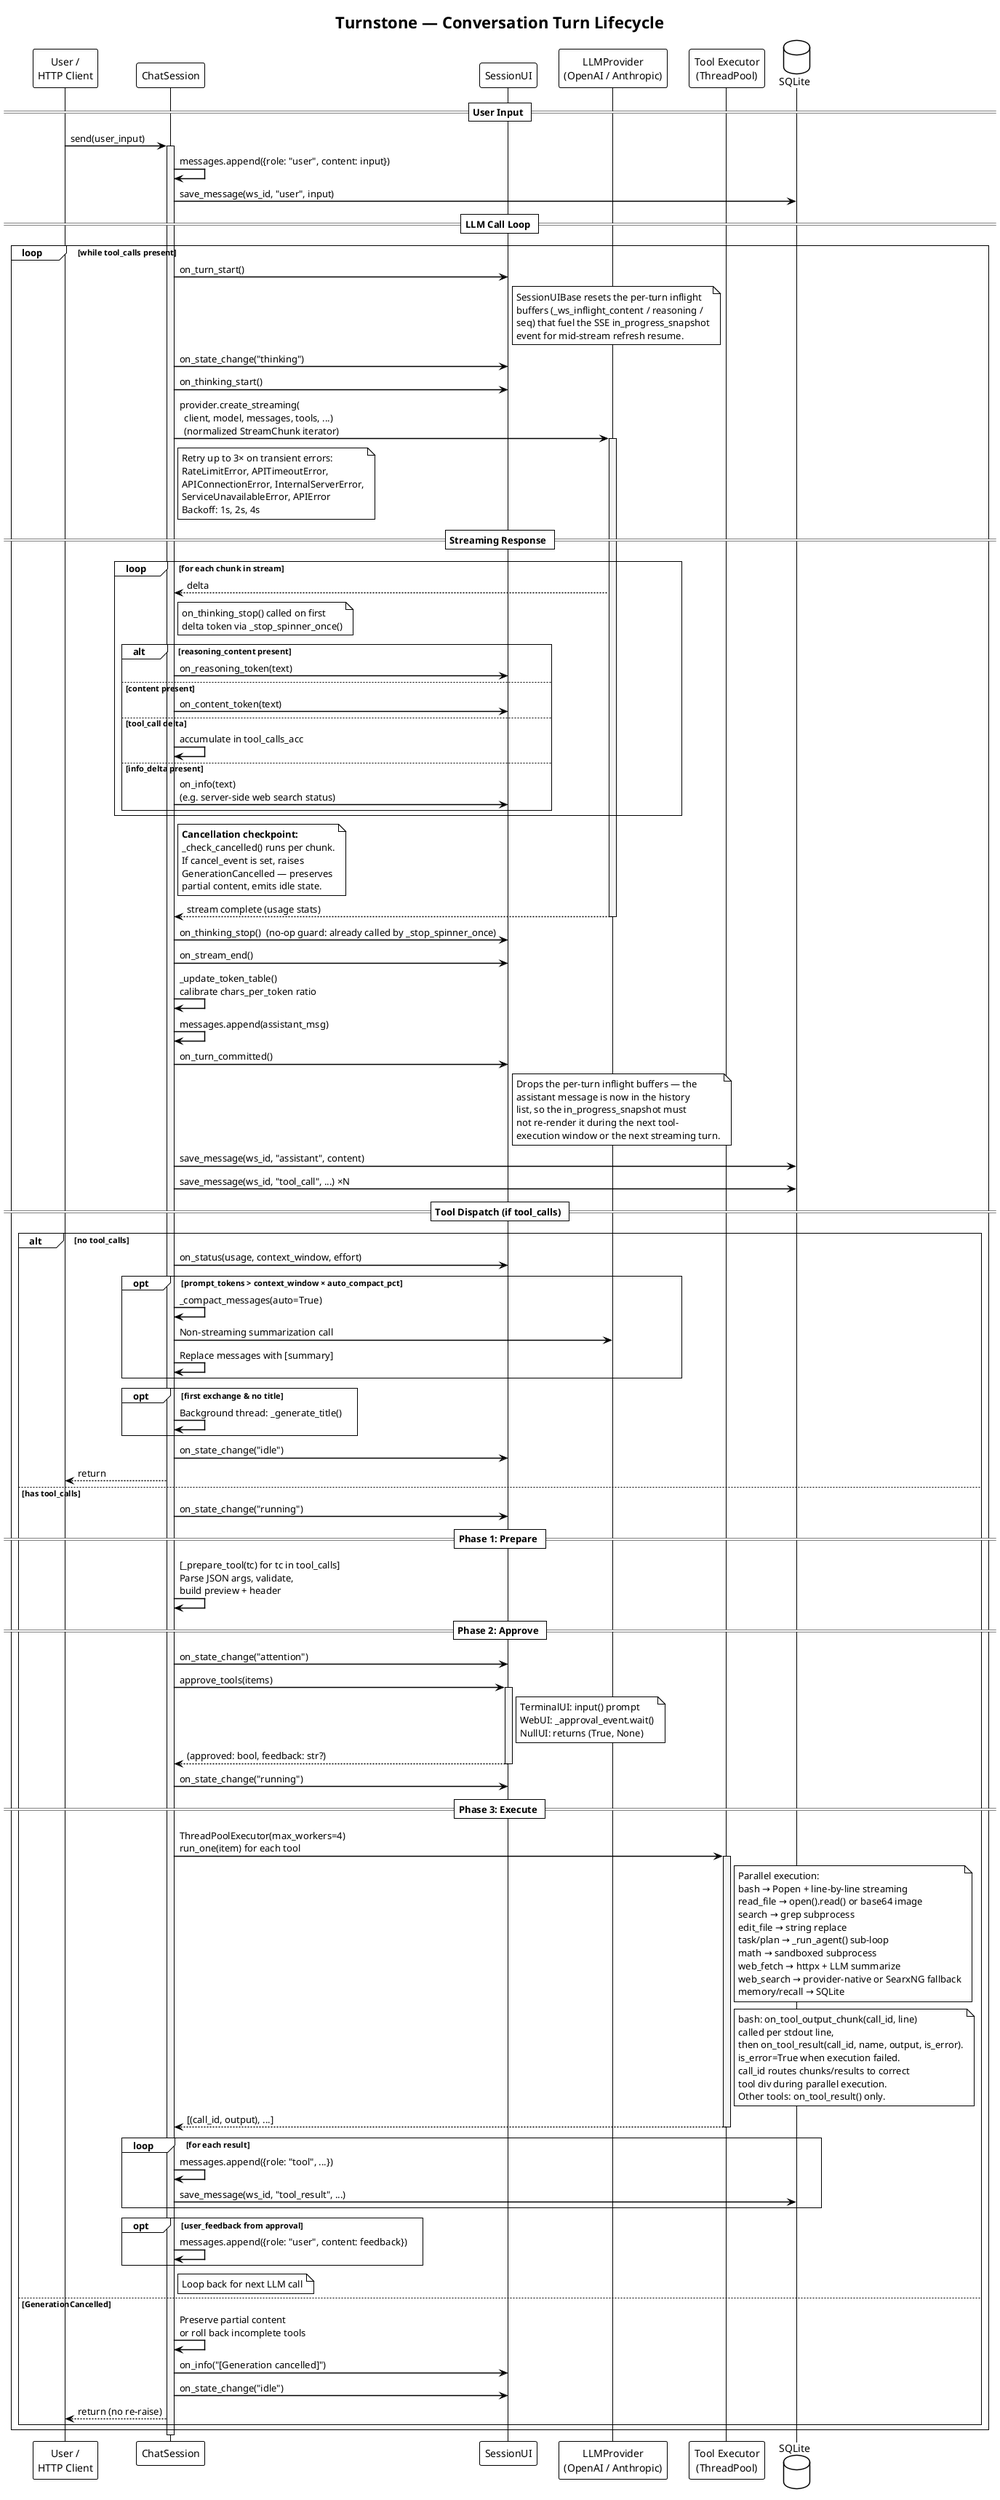
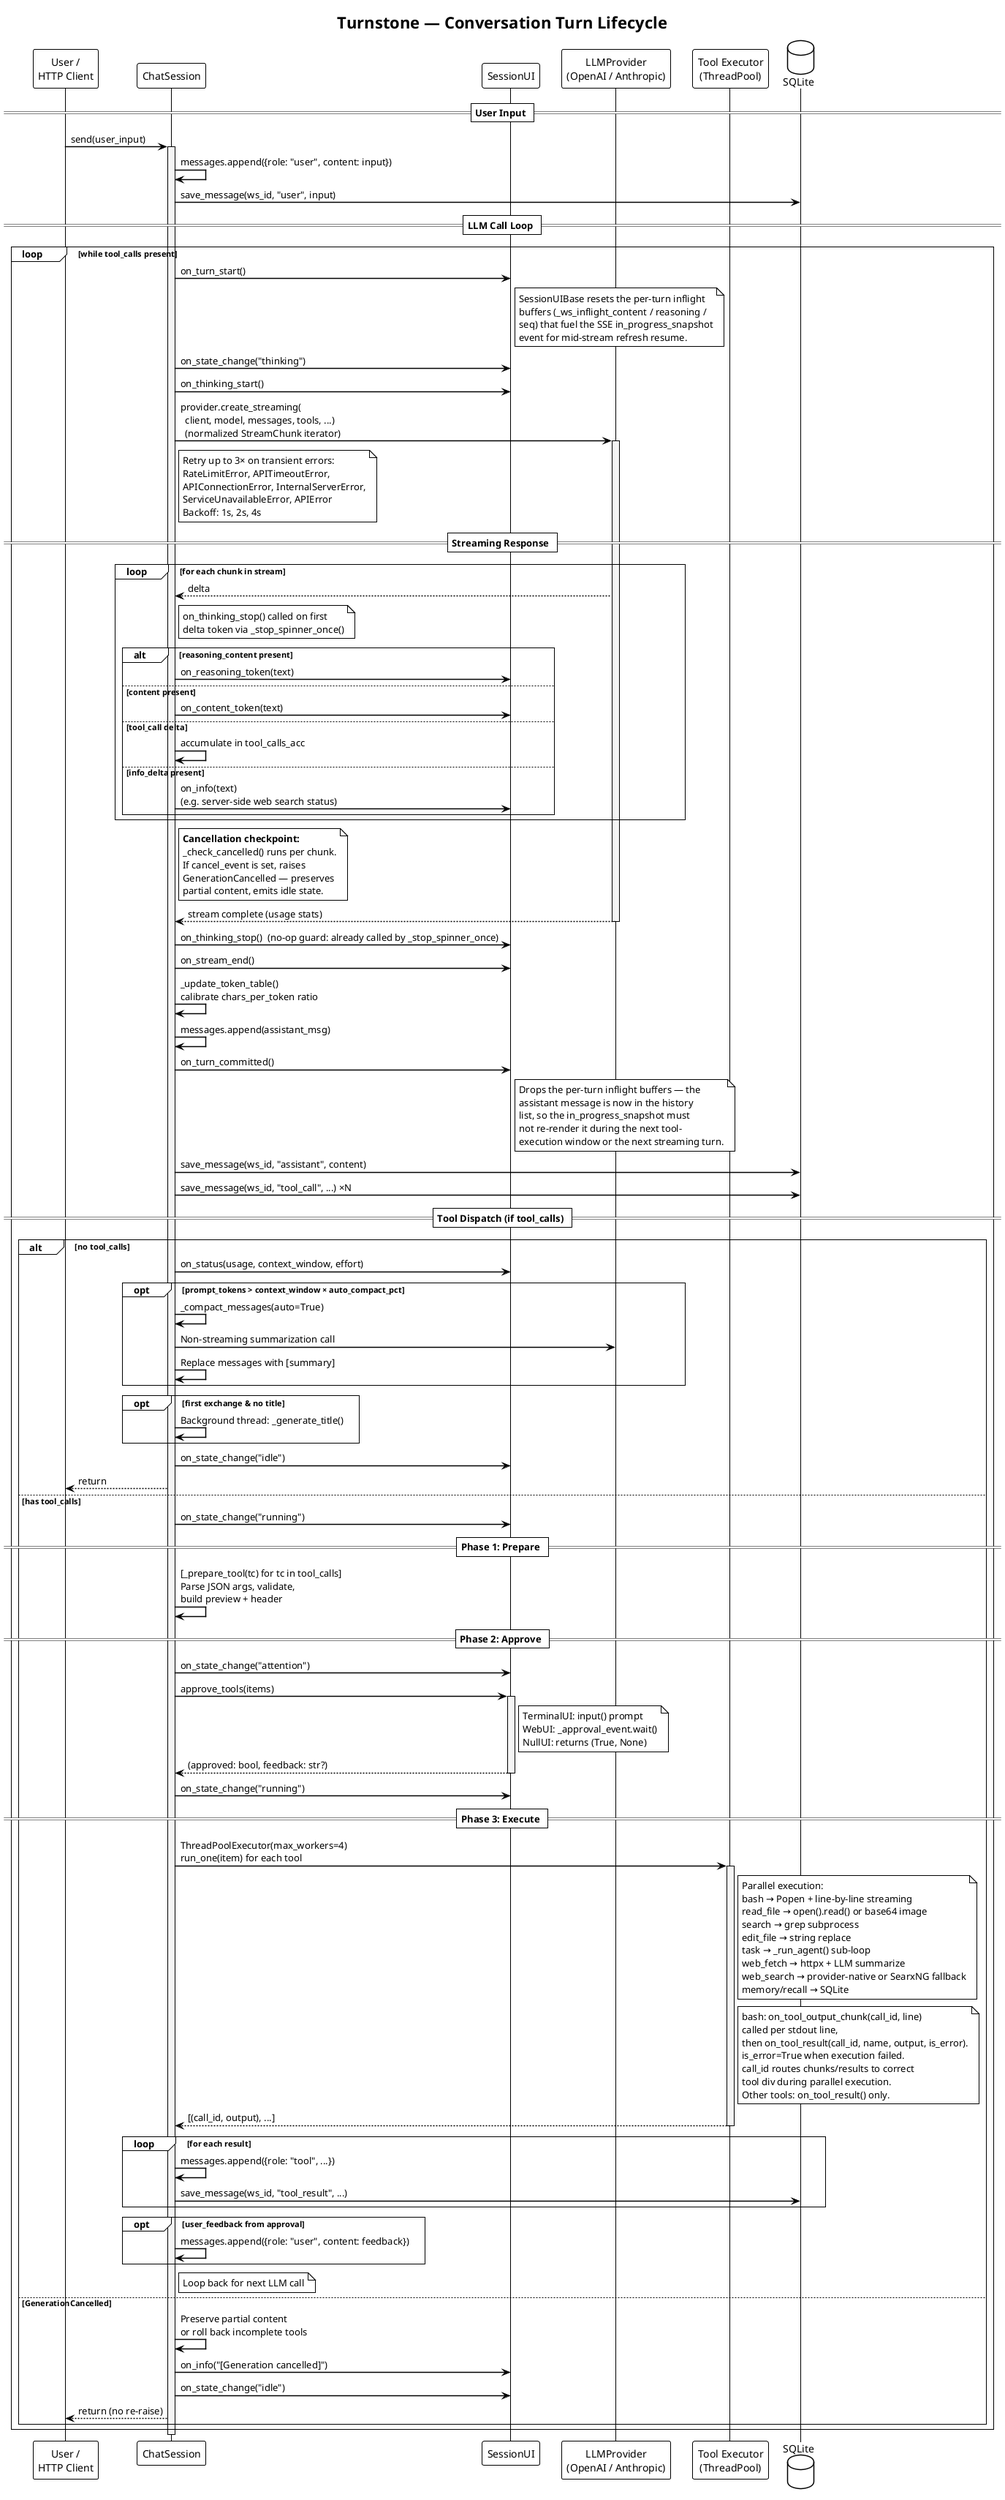
@startuml
!theme plain
title Turnstone — Conversation Turn Lifecycle

skinparam sequenceArrowThickness 1.5
skinparam sequenceLifeLineBackgroundColor #F5F5F5

participant "User /\nHTTP Client" as User
participant "ChatSession" as CS
participant "SessionUI" as UI
participant "LLMProvider\n(OpenAI / Anthropic)" as LLM
participant "Tool Executor\n(ThreadPool)" as TP
database "SQLite" as DB

== User Input ==

User -> CS : send(user_input)
activate CS

CS -> CS : messages.append({role: "user", content: input})
CS -> DB : save_message(ws_id, "user", input)

== LLM Call Loop ==

group loop [while tool_calls present]

    CS -> UI : on_turn_start()
    note right of UI
      SessionUIBase resets the per-turn inflight
      buffers (_ws_inflight_content / reasoning /
      seq) that fuel the SSE in_progress_snapshot
      event for mid-stream refresh resume.
    end note

    CS -> UI : on_state_change("thinking")
    CS -> UI : on_thinking_start()

    CS -> LLM : provider.create_streaming(\n  client, model, messages, tools, ...)\n  (normalized StreamChunk iterator)
    activate LLM

    note right of CS
      Retry up to 3× on transient errors:
      RateLimitError, APITimeoutError,
      APIConnectionError, InternalServerError,
      ServiceUnavailableError, APIError
      Backoff: 1s, 2s, 4s
    end note

    == Streaming Response ==

    loop for each chunk in stream
        LLM --> CS : delta
        note right of CS
          on_thinking_stop() called on first
          delta token via _stop_spinner_once()
        end note
        alt reasoning_content present
            CS -> UI : on_reasoning_token(text)
        else content present
            CS -> UI : on_content_token(text)
        else tool_call delta
            CS -> CS : accumulate in tool_calls_acc
        else info_delta present
            CS -> UI : on_info(text)\n(e.g. server-side web search status)
        end
    end

        note right of CS
          **Cancellation checkpoint:**
          _check_cancelled() runs per chunk.
          If cancel_event is set, raises
          GenerationCancelled — preserves
          partial content, emits idle state.
        end note

    LLM --> CS : stream complete (usage stats)
    deactivate LLM

    CS -> UI : on_thinking_stop()  (no-op guard: already called by _stop_spinner_once)
    CS -> UI : on_stream_end()

    CS -> CS : _update_token_table()\ncalibrate chars_per_token ratio
    CS -> CS : messages.append(assistant_msg)
    CS -> UI : on_turn_committed()
    note right of UI
      Drops the per-turn inflight buffers — the
      assistant message is now in the history
      list, so the in_progress_snapshot must
      not re-render it during the next tool-
      execution window or the next streaming turn.
    end note
    CS -> DB : save_message(ws_id, "assistant", content)
    CS -> DB : save_message(ws_id, "tool_call", ...) ×N

    == Tool Dispatch (if tool_calls) ==

    alt no tool_calls
        CS -> UI : on_status(usage, context_window, effort)

        opt prompt_tokens > context_window × auto_compact_pct
            CS -> CS : _compact_messages(auto=True)
            CS -> LLM : Non-streaming summarization call
            CS -> CS : Replace messages with [summary]
        end

        opt first exchange & no title
            CS -> CS : Background thread: _generate_title()
        end

        CS -> UI : on_state_change("idle")
        CS --> User : return

    else has tool_calls
        CS -> UI : on_state_change("running")

        == Phase 1: Prepare ==
        CS -> CS : [_prepare_tool(tc) for tc in tool_calls]\nParse JSON args, validate,\nbuild preview + header

        == Phase 2: Approve ==
        CS -> UI : on_state_change("attention")
        CS -> UI : approve_tools(items)
        activate UI
        note right of UI
          TerminalUI: input() prompt
          WebUI: _approval_event.wait()
          NullUI: returns (True, None)
        end note
        UI --> CS : (approved: bool, feedback: str?)
        deactivate UI
        CS -> UI : on_state_change("running")

        == Phase 3: Execute ==
        CS -> TP : ThreadPoolExecutor(max_workers=4)\nrun_one(item) for each tool
        activate TP

        note right of TP
          Parallel execution:
          bash → Popen + line-by-line streaming
          read_file → open().read() or base64 image
          search → grep subprocess
          edit_file → string replace
-           task/plan → _run_agent() sub-loop
-           math → sandboxed subprocess
+           task → _run_agent() sub-loop
          web_fetch → httpx + LLM summarize
          web_search → provider-native or SearxNG fallback
          memory/recall → SQLite
        end note

        note right of TP
          bash: on_tool_output_chunk(call_id, line)
          called per stdout line,
          then on_tool_result(call_id, name, output, is_error).
          is_error=True when execution failed.
          call_id routes chunks/results to correct
          tool div during parallel execution.
          Other tools: on_tool_result() only.
        end note

        TP --> CS : [(call_id, output), ...]
        deactivate TP

        loop for each result
            CS -> CS : messages.append({role: "tool", ...})
            CS -> DB : save_message(ws_id, "tool_result", ...)
        end

        opt user_feedback from approval
            CS -> CS : messages.append({role: "user", content: feedback})
        end

        note right of CS : Loop back for next LLM call

    else GenerationCancelled
        CS -> CS : Preserve partial content\nor roll back incomplete tools
        CS -> UI : on_info("[Generation cancelled]")
        CS -> UI : on_state_change("idle")
        CS --> User : return (no re-raise)
    end

end

deactivate CS

@enduml
